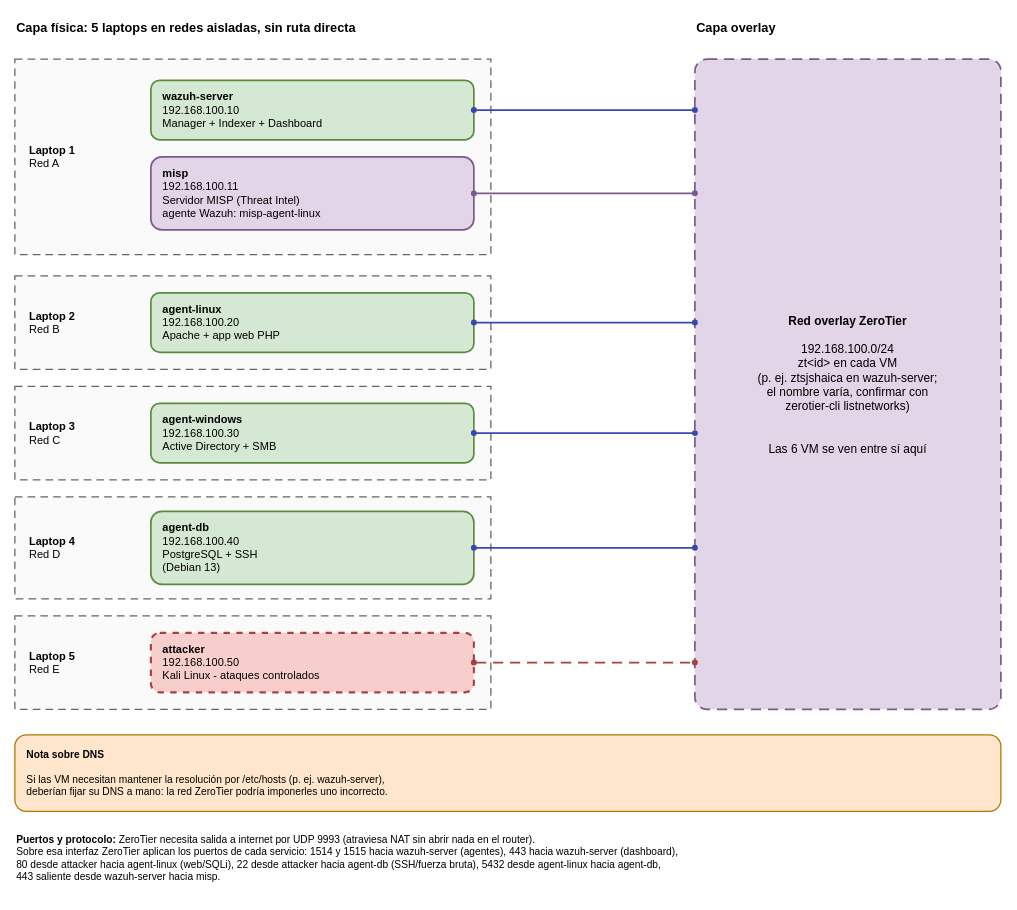
Above: diagramas/01_topologia_fisica_overlay.drawio in KendallSN/Proyecto-Final-Seguridad_Informatica (draw.io), before the change. Source tidied: cells renumbered, new cells numbered last; positions are measured from the earlier drawing's top-left corner, leaving out a move shared by most shapes. Both pictures are drawn from the tidied source at 85%, with x=0, y=0 at pixel (14, 14).
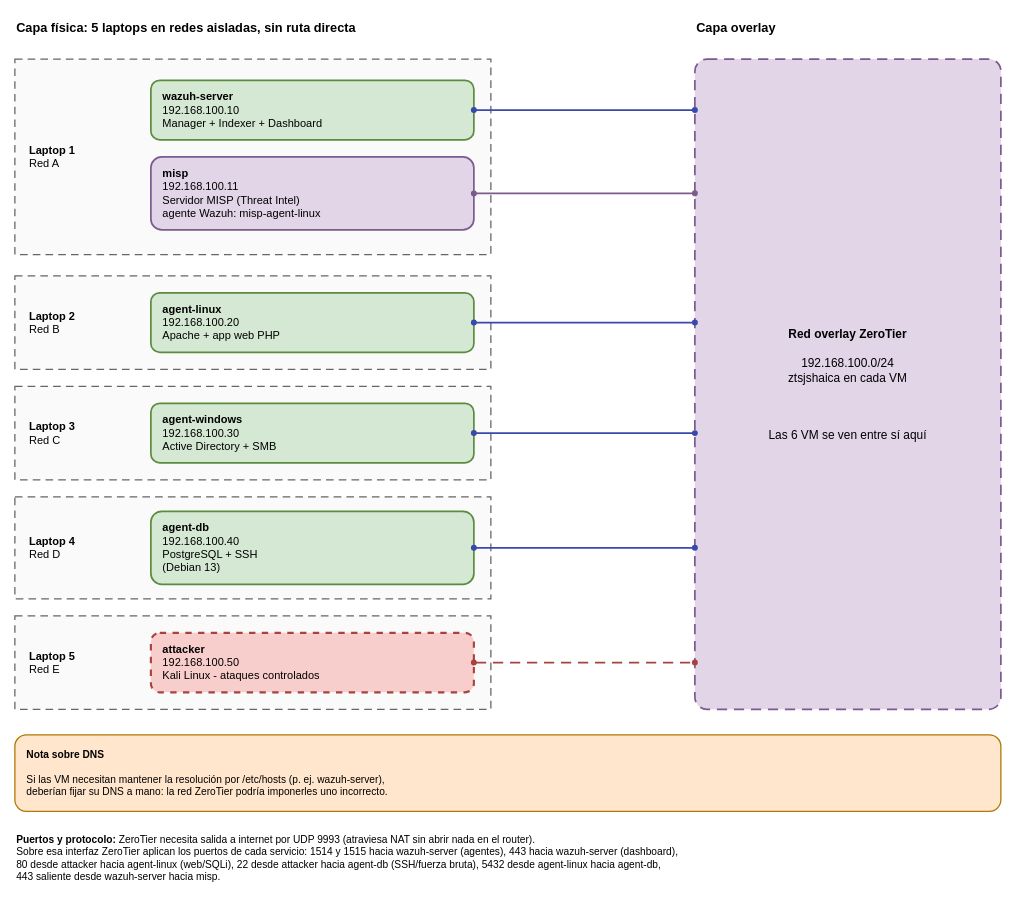
The same diagram, later.

Commit message (it also covers changes not shown here):
chore: usar diagramas definitivos y eliminar duplicados

What changed in the source:
```diff
@@
-    <mxCell id="20" value="&lt;b&gt;Red overlay ZeroTier&lt;/b&gt;&lt;br&gt;&lt;br&gt;192.168.100.0/24&lt;br&gt;zt&amp;lt;id&amp;gt; en cada VM&lt;br&gt;(p. ej. ztsjshaica en wazuh-server;&lt;br&gt;el nombre varía, confirmar con&lt;br&gt;zerotier-cli listnetworks)&lt;br&gt;&lt;br&gt;&lt;br&gt;Las 6 VM se ven entre sí aquí" style="rounded=1;arcSize=4;dashed=1;dashPattern=6 4;whiteSpace=wrap;html=1;fillColor=#e1d5e7;strokeColor=#7B5A8E;strokeWidth=2;fontSize=14;align=center;verticalAlign=middle;" parent="1" vertex="1">
+    <mxCell id="20" value="&lt;b&gt;Red overlay ZeroTier&lt;/b&gt;&lt;br&gt;&lt;br&gt;192.168.100.0/24&lt;br&gt;ztsjshaica en cada VM&lt;br&gt;&lt;br&gt;&lt;br&gt;&lt;br&gt;Las 6 VM se ven entre sí aquí" style="rounded=1;arcSize=4;dashed=1;dashPattern=6 4;whiteSpace=wrap;html=1;fillColor=#e1d5e7;strokeColor=#7B5A8E;strokeWidth=2;fontSize=14;align=center;verticalAlign=middle;" parent="1" vertex="1">
       <mxGeometry x="800" y="52" width="360" height="765" as="geometry" />
     </mxCell>
```
